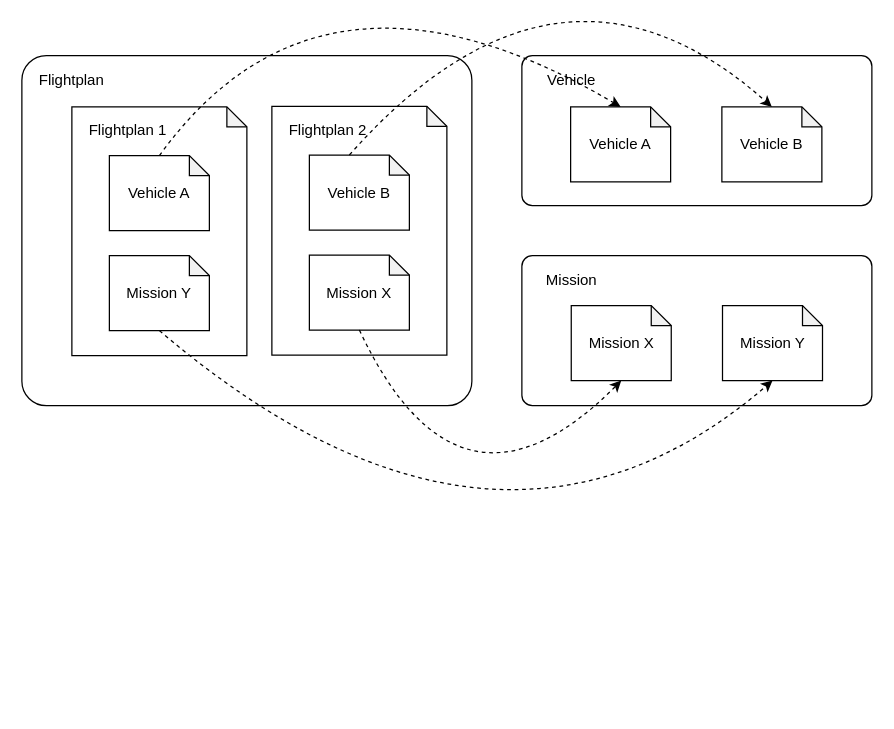
Before: page "flightplan description" (8 of 22) of contents/assets/skysign-domain-models-images.drawio in Tomofiles/skysign_cloud_v2, a draw.io diagram. Source tidied: cells renumbered, new cells numbered last; positions are measured from the earlier drawing's top-left corner, leaving out a move shared by most shapes. Both pictures are drawn from the tidied source at 125%, with x=0, y=0 at pixel (21, -82).
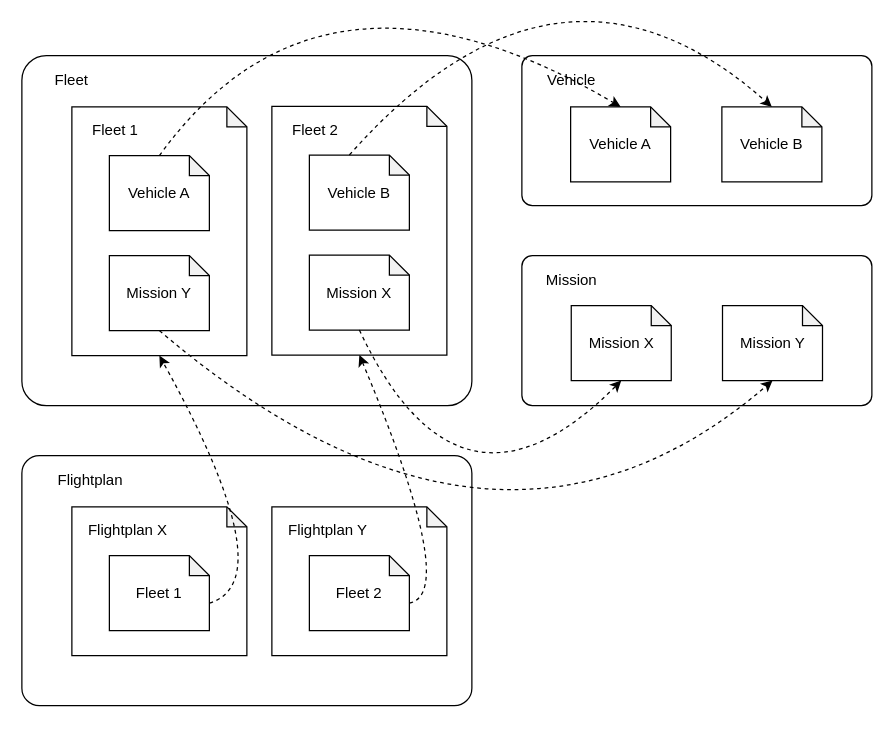
Above is the later version.

Unchanged cells that the change refers to:
```xml
<mxCell id="11" value="Mission Y" style="shape=note;whiteSpace=wrap;html=1;backgroundOutline=1;darkOpacity=0.05;size=16;" parent="1" vertex="1">
  <mxGeometry x="560.5" y="310" width="80" height="60" as="geometry" />
</mxCell>
<mxCell id="15" value="Mission Y" style="shape=note;whiteSpace=wrap;html=1;backgroundOutline=1;darkOpacity=0.05;size=16;" parent="1" vertex="1">
  <mxGeometry x="70" y="270" width="80" height="60" as="geometry" />
</mxCell>
<mxCell id="18" style="shape=note;whiteSpace=wrap;html=1;backgroundOutline=1;darkOpacity=0.05;size=16;" parent="1" vertex="1">
  <mxGeometry x="200" y="150.5" width="140" height="199" as="geometry" />
</mxCell>
```

Diff of the diagram source:
```diff
@@
-    <mxCell id="3" value="Flightplan" style="text;html=1;strokeColor=none;fillColor=none;align=center;verticalAlign=middle;whiteSpace=wrap;rounded=0;" parent="1" vertex="1">
+    <mxCell id="3" value="Fleet" style="text;html=1;strokeColor=none;fillColor=none;align=center;verticalAlign=middle;whiteSpace=wrap;rounded=0;" parent="1" vertex="1">
       <mxGeometry x="20" y="120" width="40" height="20" as="geometry" />
     </mxCell>
@@
-    <mxCell id="13" value="Flightplan 1" style="text;html=1;strokeColor=none;fillColor=none;align=center;verticalAlign=middle;whiteSpace=wrap;rounded=0;" parent="1" vertex="1">
-      <mxGeometry x="50" y="160" width="70" height="20" as="geometry" />
+    <mxCell id="13" value="Fleet 1" style="text;html=1;strokeColor=none;fillColor=none;align=center;verticalAlign=middle;whiteSpace=wrap;rounded=0;" parent="1" vertex="1">
+      <mxGeometry x="50" y="160" width="50" height="20" as="geometry" />
     </mxCell>
@@
-    <mxCell id="17" style="curved=1;endArrow=classic;html=1;exitX=0.5;exitY=1;exitDx=0;exitDy=0;exitPerimeter=0;entryX=0.5;entryY=1;entryDx=0;entryDy=0;entryPerimeter=0;dashed=1;" parent="1" edge="1" source="15" target="11">
-      <mxGeometry relative="1" as="geometry">
-        <Array as="points">
-          <mxPoint x="380" y="560" />
-        </Array>
-      </mxGeometry>
-    </mxCell>
@@
-    <mxCell id="19" value="Flightplan 2" style="text;html=1;strokeColor=none;fillColor=none;align=center;verticalAlign=middle;whiteSpace=wrap;rounded=0;" parent="1" vertex="1">
-      <mxGeometry x="210" y="159.5" width="70" height="20" as="geometry" />
+    <mxCell id="19" value="Fleet 2" style="text;html=1;strokeColor=none;fillColor=none;align=center;verticalAlign=middle;whiteSpace=wrap;rounded=0;" parent="1" vertex="1">
+      <mxGeometry x="210" y="159.5" width="50" height="20" as="geometry" />
     </mxCell>
@@
+    <mxCell id="24" style="rounded=1;whiteSpace=wrap;html=1;arcSize=7;" parent="1" vertex="1">
+      <mxGeometry y="430" width="360" height="200" as="geometry" />
+    </mxCell>
+    <mxCell id="25" style="shape=note;whiteSpace=wrap;html=1;backgroundOutline=1;darkOpacity=0.05;size=16;" parent="1" vertex="1">
+      <mxGeometry x="40" y="471" width="140" height="119" as="geometry" />
+    </mxCell>
+    <mxCell id="26" value="Fleet 1" style="shape=note;whiteSpace=wrap;html=1;backgroundOutline=1;darkOpacity=0.05;size=16;" parent="1" vertex="1">
+      <mxGeometry x="70" y="510" width="80" height="60" as="geometry" />
+    </mxCell>
+    <mxCell id="27" value="Flightplan" style="text;html=1;strokeColor=none;fillColor=none;align=center;verticalAlign=middle;whiteSpace=wrap;rounded=0;" parent="1" vertex="1">
+      <mxGeometry x="20" y="440" width="70" height="20" as="geometry" />
+    </mxCell>
+    <mxCell id="28" value="Flightplan X" style="text;html=1;strokeColor=none;fillColor=none;align=center;verticalAlign=middle;whiteSpace=wrap;rounded=0;" parent="1" vertex="1">
+      <mxGeometry x="50" y="480" width="70" height="20" as="geometry" />
+    </mxCell>
+    <mxCell id="29" style="curved=1;endArrow=classic;html=1;exitX=0;exitY=0;exitDx=80;exitDy=38;exitPerimeter=0;dashed=1;" parent="1" edge="1" source="26">
+      <mxGeometry relative="1" as="geometry">
+        <mxPoint x="110" y="350" as="targetPoint" />
+        <Array as="points">
+          <mxPoint x="210" y="530" />
+        </Array>
+      </mxGeometry>
+    </mxCell>
+    <mxCell id="17" style="curved=1;endArrow=classic;html=1;exitX=0.5;exitY=1;exitDx=0;exitDy=0;exitPerimeter=0;entryX=0.5;entryY=1;entryDx=0;entryDy=0;entryPerimeter=0;dashed=1;" parent="1" edge="1" source="15" target="11">
+      <mxGeometry relative="1" as="geometry">
+        <Array as="points">
+          <mxPoint x="380" y="560" />
+        </Array>
+      </mxGeometry>
+    </mxCell>
+    <mxCell id="30" style="shape=note;whiteSpace=wrap;html=1;backgroundOutline=1;darkOpacity=0.05;size=16;" parent="1" vertex="1">
+      <mxGeometry x="200" y="471" width="140" height="119" as="geometry" />
+    </mxCell>
+    <mxCell id="31" value="Fleet 2" style="shape=note;whiteSpace=wrap;html=1;backgroundOutline=1;darkOpacity=0.05;size=16;" parent="1" vertex="1">
+      <mxGeometry x="230" y="510" width="80" height="60" as="geometry" />
+    </mxCell>
+    <mxCell id="32" value="Flightplan Y" style="text;html=1;strokeColor=none;fillColor=none;align=center;verticalAlign=middle;whiteSpace=wrap;rounded=0;" parent="1" vertex="1">
+      <mxGeometry x="210" y="480" width="70" height="20" as="geometry" />
+    </mxCell>
+    <mxCell id="33" style="curved=1;endArrow=classic;html=1;exitX=0;exitY=0;exitDx=80;exitDy=38;exitPerimeter=0;dashed=1;entryX=0.5;entryY=1;entryDx=0;entryDy=0;entryPerimeter=0;" parent="1" edge="1" source="31" target="18">
+      <mxGeometry relative="1" as="geometry">
+        <Array as="points">
+          <mxPoint x="350" y="540" />
+        </Array>
+      </mxGeometry>
+    </mxCell>
```
